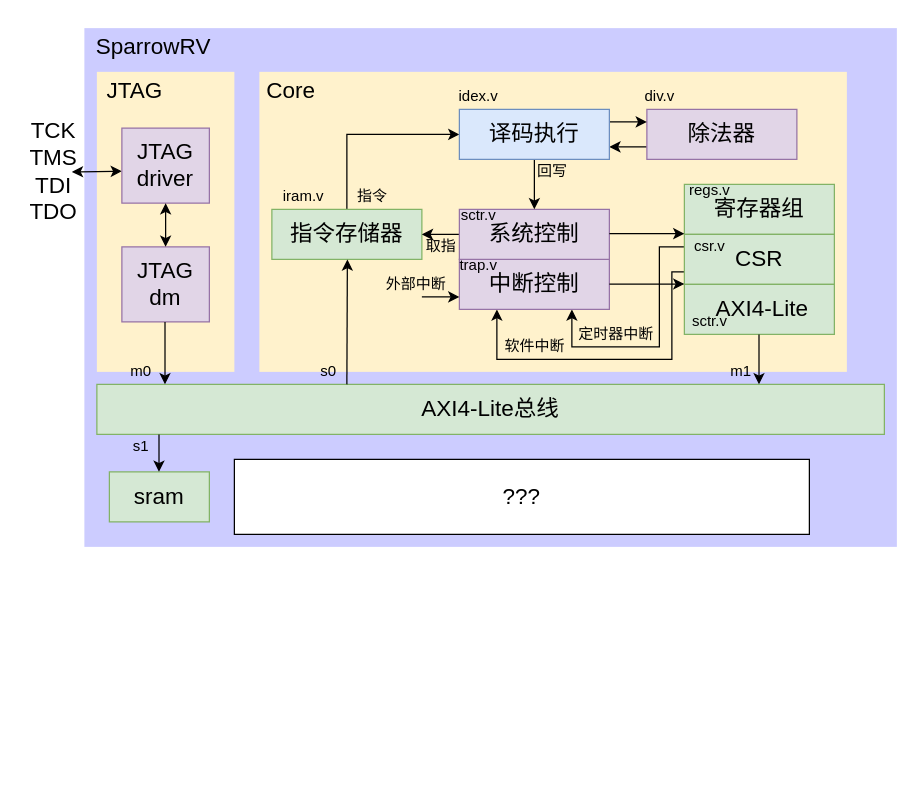
Earlier version of the draw.io diagram pic/drawio/soc架构.drawio (xiaowuzxc/SparrowRV). Source tidied: cells renumbered, new cells numbered last; positions are measured from the earlier drawing's top-left corner, leaving out a move shared by most shapes. Both pictures are drawn from the tidied source at 125%, with x=0, y=0 at pixel (21, 28).
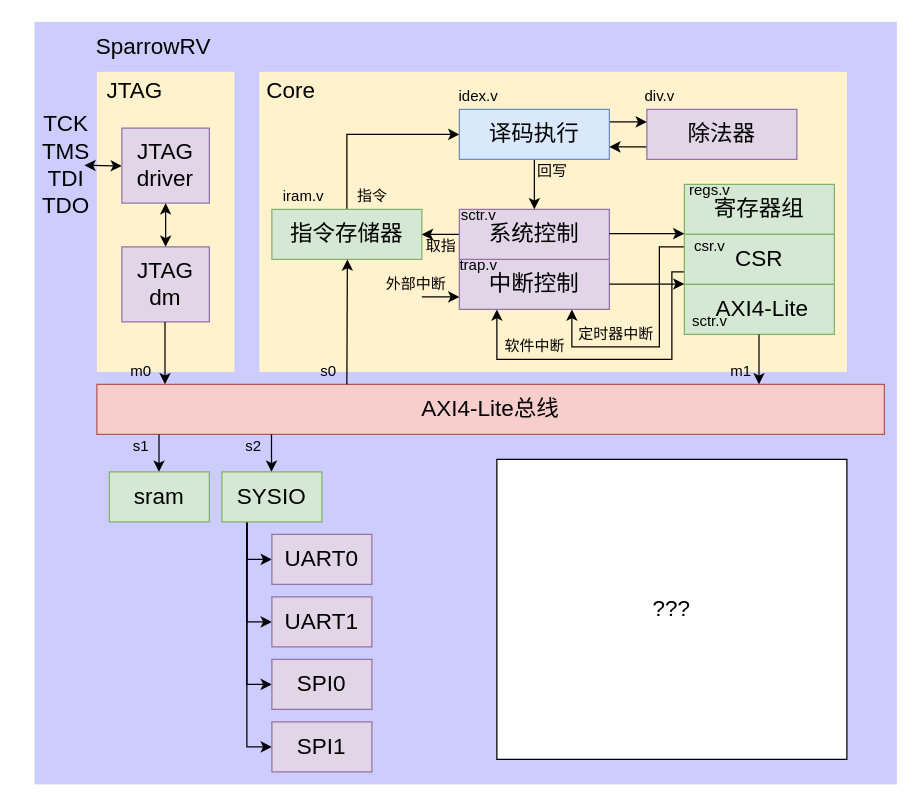
After the change.

Diff of the diagram source:
```diff
@@
     <mxCell id="2" style="rounded=0;whiteSpace=wrap;html=1;fontSize=12;fillColor=#CCCCFF;strokeColor=none;" parent="1" vertex="1">
-      <mxGeometry x="50" width="650" height="415" as="geometry" />
+      <mxGeometry x="10" y="-5" width="690" height="610" as="geometry" />
     </mxCell>
@@
-    <mxCell id="22" value="AXI4-Lite总线" style="whiteSpace=wrap;html=1;fontSize=18;fillColor=#d5e8d4;strokeColor=#82b366;" parent="1" vertex="1">
+    <mxCell id="22" value="AXI4-Lite总线" style="whiteSpace=wrap;html=1;fontSize=18;fillColor=#f8cecc;strokeColor=#b85450;" parent="1" vertex="1">
       <mxGeometry x="60" y="285" width="630" height="40" as="geometry" />
     </mxCell>
@@
     <mxCell id="48" style="endArrow=classic;startArrow=classic;html=1;rounded=0;fontSize=18;" parent="1" edge="1">
       <mxGeometry relative="1" as="geometry">
-        <mxPoint x="80" y="114.5" as="sourcePoint" />
-        <mxPoint x="40" y="115" as="targetPoint" />
+        <mxPoint x="80" y="110.2" as="sourcePoint" />
+        <mxPoint x="50" y="109.8" as="targetPoint" />
       </mxGeometry>
     </mxCell>
     <mxCell id="49" value="TCK&lt;br&gt;TMS&lt;br&gt;TDI&lt;br&gt;TDO" style="text;html=1;align=center;verticalAlign=middle;strokeColor=none;fillColor=none;fontSize=18;" parent="1" vertex="1">
-      <mxGeometry y="70" width="50" height="90" as="geometry" />
+      <mxGeometry x="10" y="65" width="50" height="90" as="geometry" />
     </mxCell>
@@
     <mxCell id="55" value="???" style="rounded=0;whiteSpace=wrap;html=1;fontSize=18;" parent="1" vertex="1">
-      <mxGeometry x="170" y="345" width="460" height="60" as="geometry" />
+      <mxGeometry x="380" y="345" width="280" height="240" as="geometry" />
     </mxCell>
+    <mxCell id="56" style="edgeStyle=orthogonalEdgeStyle;rounded=0;jettySize=auto;html=1;exitX=0.25;exitY=1;exitDx=0;exitDy=0;entryX=0;entryY=0.5;entryDx=0;entryDy=0;fontSize=18;" parent="1" edge="1" source="60" target="66">
+      <mxGeometry relative="1" as="geometry" />
+    </mxCell>
+    <mxCell id="57" style="edgeStyle=orthogonalEdgeStyle;rounded=0;jettySize=auto;html=1;exitX=0.25;exitY=1;exitDx=0;exitDy=0;entryX=0;entryY=0.5;entryDx=0;entryDy=0;fontSize=18;" parent="1" edge="1" source="60" target="65">
+      <mxGeometry relative="1" as="geometry" />
+    </mxCell>
+    <mxCell id="58" style="edgeStyle=orthogonalEdgeStyle;rounded=0;jettySize=auto;html=1;exitX=0.25;exitY=1;exitDx=0;exitDy=0;entryX=0;entryY=0.5;entryDx=0;entryDy=0;fontSize=18;" parent="1" edge="1" source="60" target="64">
+      <mxGeometry relative="1" as="geometry" />
+    </mxCell>
+    <mxCell id="59" style="edgeStyle=orthogonalEdgeStyle;rounded=0;jettySize=auto;html=1;exitX=0.25;exitY=1;exitDx=0;exitDy=0;entryX=0;entryY=0.5;entryDx=0;entryDy=0;fontSize=18;" parent="1" edge="1" source="60" target="63">
+      <mxGeometry relative="1" as="geometry">
+        <Array as="points">
+          <mxPoint x="180" y="425" />
+        </Array>
+      </mxGeometry>
+    </mxCell>
+    <mxCell id="60" value="SYSIO" style="whiteSpace=wrap;html=1;fillColor=#d5e8d4;strokeColor=#82b366;fontSize=18;" parent="1" vertex="1">
+      <mxGeometry x="160" y="355" width="80" height="40" as="geometry" />
+    </mxCell>
+    <mxCell id="61" value="s2" style="text;html=1;align=center;verticalAlign=middle;strokeColor=none;fillColor=none;" parent="1" vertex="1">
+      <mxGeometry x="170" y="325" width="30" height="20" as="geometry" />
+    </mxCell>
+    <mxCell id="62" style="endArrow=classic;html=1;rounded=0;fontSize=18;" parent="1" edge="1">
+      <mxGeometry relative="1" as="geometry">
+        <mxPoint x="199.7" y="325" as="sourcePoint" />
+        <mxPoint x="199.7" y="355" as="targetPoint" />
+      </mxGeometry>
+    </mxCell>
+    <mxCell id="63" value="UART0" style="whiteSpace=wrap;html=1;fontSize=18;fillColor=#e1d5e7;strokeColor=#9673a6;" parent="1" vertex="1">
+      <mxGeometry x="200" y="405" width="80" height="40" as="geometry" />
+    </mxCell>
+    <mxCell id="64" value="UART1" style="whiteSpace=wrap;html=1;fontSize=18;fillColor=#e1d5e7;strokeColor=#9673a6;" parent="1" vertex="1">
+      <mxGeometry x="200" y="455" width="80" height="40" as="geometry" />
+    </mxCell>
+    <mxCell id="65" value="SPI0" style="whiteSpace=wrap;html=1;fontSize=18;fillColor=#e1d5e7;strokeColor=#9673a6;" parent="1" vertex="1">
+      <mxGeometry x="200" y="505" width="80" height="40" as="geometry" />
+    </mxCell>
+    <mxCell id="66" value="SPI1" style="whiteSpace=wrap;html=1;fontSize=18;fillColor=#e1d5e7;strokeColor=#9673a6;" parent="1" vertex="1">
+      <mxGeometry x="200" y="555" width="80" height="40" as="geometry" />
+    </mxCell>
```
